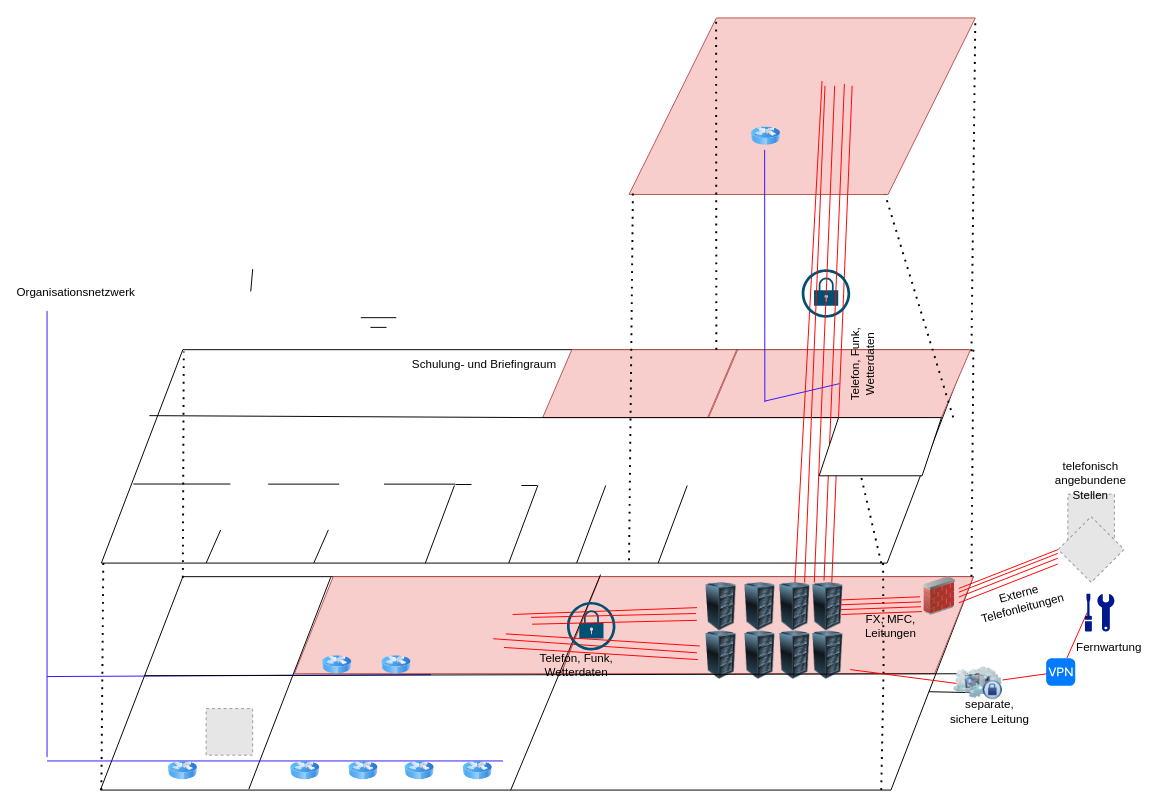
Earlier version of the draw.io diagram Physische Netzwerktopologie.drawio (meetSeb/Computer-Network). Source tidied: cells renumbered, new cells numbered last; positions are measured from the earlier drawing's top-left corner, leaving out a move shared by most shapes. Both pictures are drawn from the tidied source at 97%, with x=0, y=0 at pixel (47, 17). Pictures stored in the file or linked from it are replaced by grey dashed boxes.
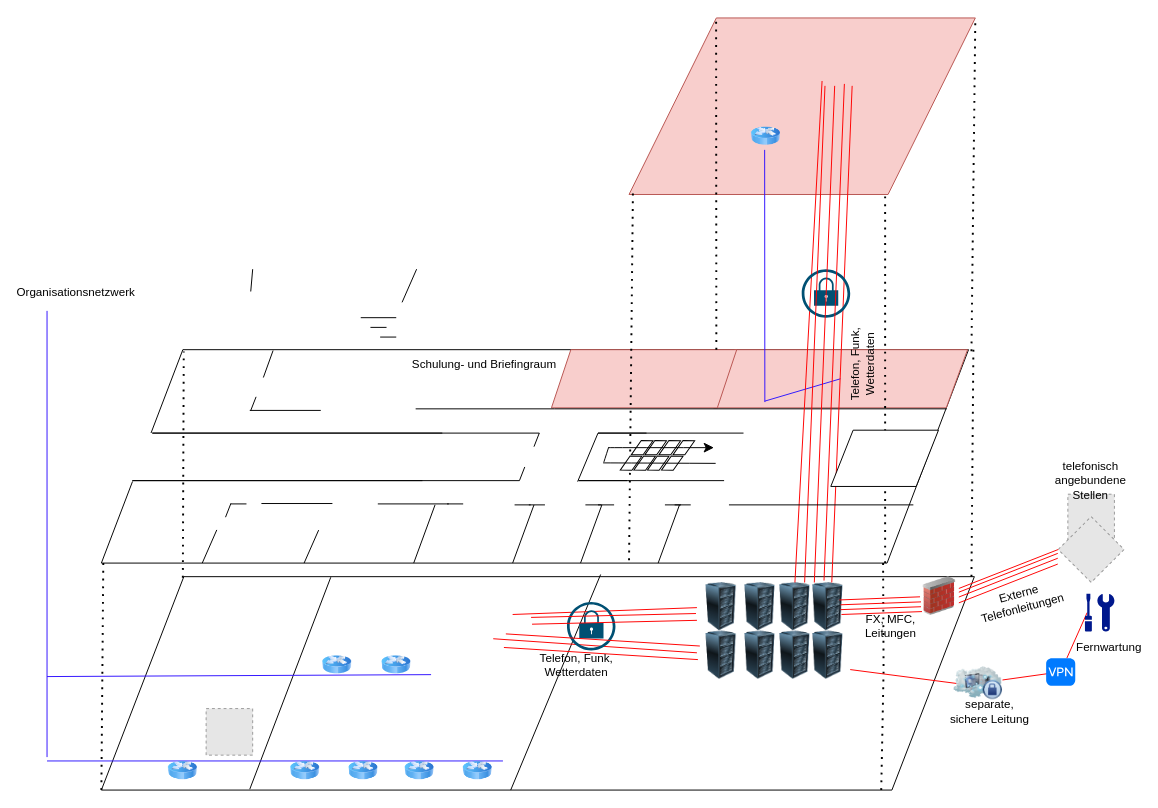
After the change.

The change refers to these unchanged cells:
```xml
<mxCell id="2" style="shape=parallelogram;perimeter=parallelogramPerimeter;whiteSpace=wrap;html=1;fixedSize=1;size=84;" parent="1" vertex="1">
  <mxGeometry x="56" y="342" width="894" height="220" as="geometry" />
</mxCell>
```

Diff of the diagram source:
```diff
@@
-    <mxCell id="3" style="shape=parallelogram;perimeter=parallelogramPerimeter;whiteSpace=wrap;html=1;fixedSize=1;size=30;fillColor=#f8cecc;strokeColor=#b85450;" parent="1" vertex="1">
-      <mxGeometry x="682" y="342" width="270" height="70" as="geometry" />
+    <mxCell id="3" style="shape=parallelogram;perimeter=parallelogramPerimeter;whiteSpace=wrap;html=1;fixedSize=1;size=22;fillColor=#f8cecc;strokeColor=#b85450;" parent="1" vertex="1">
+      <mxGeometry x="687" y="342" width="262" height="60" as="geometry" />
     </mxCell>
-    <mxCell id="4" style="shape=parallelogram;perimeter=parallelogramPerimeter;whiteSpace=wrap;html=1;fixedSize=1;size=30;fillColor=#f8cecc;strokeColor=#b85450;" parent="1" vertex="1">
-      <mxGeometry x="511" y="342" width="200" height="70" as="geometry" />
+    <mxCell id="4" style="shape=parallelogram;perimeter=parallelogramPerimeter;whiteSpace=wrap;html=1;fixedSize=1;size=20;fillColor=#f8cecc;strokeColor=#b85450;" parent="1" vertex="1">
+      <mxGeometry x="520" y="342" width="191" height="60" as="geometry" />
     </mxCell>
     <mxCell id="5" style="shape=parallelogram;perimeter=parallelogramPerimeter;whiteSpace=wrap;html=1;fixedSize=1;size=85;" parent="1" vertex="1">
-      <mxGeometry x="55" y="576" width="900" height="220" as="geometry" />
+      <mxGeometry x="56" y="576" width="900" height="220" as="geometry" />
     </mxCell>
-    <mxCell id="6" style="shape=parallelogram;perimeter=parallelogramPerimeter;whiteSpace=wrap;html=1;fixedSize=1;size=40;fillColor=#f8cecc;strokeColor=#b85450;" parent="1" vertex="1">
-      <mxGeometry x="255" y="576" width="315" height="100" as="geometry" />
-    </mxCell>
-    <mxCell id="7" style="shape=parallelogram;perimeter=parallelogramPerimeter;whiteSpace=wrap;html=1;fixedSize=1;size=40;fillColor=#f8cecc;strokeColor=#b85450;" parent="1" vertex="1">
-      <mxGeometry x="530" y="576" width="425" height="100" as="geometry" />
-    </mxCell>
@@
-    <mxCell id="16" style="endArrow=none;dashed=1;html=1;dashPattern=1 3;strokeWidth=2;rounded=0;exitX=0.934;exitY=0.997;exitDx=0;exitDy=0;exitPerimeter=0;" parent="1" edge="1" source="3">
+    <mxCell id="16" style="endArrow=none;dashed=1;html=1;dashPattern=1 3;strokeWidth=2;rounded=0;" parent="1" edge="1">
       <mxGeometry relative="1" as="geometry">
+        <mxPoint x="864" y="562" as="sourcePoint" />
         <mxPoint x="864" y="182" as="targetPoint" />
       </mxGeometry>
     </mxCell>
@@
     <mxCell id="19" style="endArrow=none;html=1;rounded=0;entryX=1;entryY=0.25;entryDx=0;entryDy=0;" parent="1" edge="1">
       <mxGeometry relative="1" as="geometry">
-        <mxPoint x="105.5" y="410" as="sourcePoint" />
-        <mxPoint x="904.5" y="412" as="targetPoint" />
+        <mxPoint x="380" y="403" as="sourcePoint" />
+        <mxPoint x="927.5" y="403" as="targetPoint" />
         <Array as="points">
-          <mxPoint x="500" y="412" />
+          <mxPoint x="523" y="403" />
         </Array>
       </mxGeometry>
     </mxCell>
@@
-    <mxCell id="21" style="endArrow=none;html=1;rounded=0;entryX=0.119;entryY=0.006;entryDx=0;entryDy=0;exitX=0.17;exitY=0.996;exitDx=0;exitDy=0;exitPerimeter=0;entryPerimeter=0;" parent="1" edge="1" source="5" target="6">
-      <mxGeometry relative="1" as="geometry" />
+    <mxCell id="21" style="endArrow=none;html=1;rounded=0;entryX=0.119;entryY=0.006;entryDx=0;entryDy=0;exitX=0.17;exitY=0.996;exitDx=0;exitDy=0;exitPerimeter=0;entryPerimeter=0;" parent="1" edge="1" source="5">
+      <mxGeometry relative="1" as="geometry">
+        <mxPoint x="292.5" y="576.6" as="targetPoint" />
+      </mxGeometry>
     </mxCell>
     <mxCell id="22" style="endArrow=none;html=1;rounded=0;exitX=0.647;exitY=1.01;exitDx=0;exitDy=0;exitPerimeter=0;" parent="1" edge="1">
       <mxGeometry relative="1" as="geometry">
-        <mxPoint x="164" y="562" as="sourcePoint" />
-        <mxPoint x="179" y="527.8" as="targetPoint" />
+        <mxPoint x="160" y="562" as="sourcePoint" />
+        <mxPoint x="175" y="527.8" as="targetPoint" />
       </mxGeometry>
     </mxCell>
     <mxCell id="23" style="endArrow=none;html=1;rounded=0;exitX=0.647;exitY=1.01;exitDx=0;exitDy=0;exitPerimeter=0;" parent="1" edge="1">
       <mxGeometry relative="1" as="geometry">
-        <mxPoint x="390" y="562" as="sourcePoint" />
-        <mxPoint x="420" y="482" as="targetPoint" />
+        <mxPoint x="378" y="562" as="sourcePoint" />
+        <mxPoint x="400" y="502" as="targetPoint" />
       </mxGeometry>
     </mxCell>
@@
-    <mxCell id="49" style="endArrow=none;html=1;rounded=0;exitX=0.05;exitY=0.464;exitDx=0;exitDy=0;exitPerimeter=0;" parent="1" edge="1" source="5" target="5">
-      <mxGeometry relative="1" as="geometry">
-        <Array as="points">
-          <mxPoint x="920" y="676" />
-        </Array>
-      </mxGeometry>
-    </mxCell>
@@
-    <mxCell id="84" style="endArrow=none;dashed=1;html=1;dashPattern=1 3;strokeWidth=2;rounded=0;exitX=0.934;exitY=0.997;exitDx=0;exitDy=0;exitPerimeter=0;" parent="1" edge="1" target="3">
-      <mxGeometry relative="1" as="geometry">
-        <mxPoint x="860" y="562" as="sourcePoint" />
-      </mxGeometry>
-    </mxCell>
@@
+    <mxCell id="89" style="endArrow=none;html=1;rounded=0;exitX=0.647;exitY=1.01;exitDx=0;exitDy=0;exitPerimeter=0;" parent="1" edge="1">
+      <mxGeometry relative="1" as="geometry">
+        <mxPoint x="265" y="562" as="sourcePoint" />
+        <mxPoint x="280" y="528" as="targetPoint" />
+      </mxGeometry>
+    </mxCell>
+    <mxCell id="92" style="endArrow=none;html=1;rounded=0;" parent="1" edge="1">
+      <mxGeometry relative="1" as="geometry">
+        <mxPoint x="323.4" y="309" as="sourcePoint" />
+        <mxPoint x="360" y="309" as="targetPoint" />
+      </mxGeometry>
+    </mxCell>
+    <mxCell id="93" style="endArrow=none;html=1;rounded=0;" parent="1" edge="1">
+      <mxGeometry relative="1" as="geometry">
+        <mxPoint x="333.4" y="319" as="sourcePoint" />
+        <mxPoint x="350" y="319" as="targetPoint" />
+      </mxGeometry>
+    </mxCell>
+    <mxCell id="99" style="endArrow=none;html=1;rounded=0;" parent="1" edge="1">
+      <mxGeometry relative="1" as="geometry">
+        <mxPoint x="343.4" y="329" as="sourcePoint" />
+        <mxPoint x="360" y="329" as="targetPoint" />
+      </mxGeometry>
+    </mxCell>
+    <mxCell id="100" style="endArrow=none;html=1;rounded=0;exitX=0.647;exitY=1.01;exitDx=0;exitDy=0;exitPerimeter=0;" parent="1" edge="1">
+      <mxGeometry relative="1" as="geometry">
+        <mxPoint x="366" y="293.2" as="sourcePoint" />
+        <mxPoint x="381" y="259" as="targetPoint" />
+      </mxGeometry>
+    </mxCell>
+    <mxCell id="101" style="endArrow=none;html=1;rounded=0;" parent="1" edge="1">
+      <mxGeometry relative="1" as="geometry">
+        <mxPoint x="184" y="514.7" as="sourcePoint" />
+        <mxPoint x="189.5" y="500.6" as="targetPoint" />
+      </mxGeometry>
+    </mxCell>
+    <mxCell id="102" style="group;" parent="1" vertex="1">
+      <mxGeometry x="221" y="500.6" width="672.1" height="1.4" as="geometry" />
+    </mxCell>
-    <mxCell id="87" style="endArrow=none;html=1;rounded=0;" parent="1" edge="1">
+    <mxCell id="87" style="endArrow=none;html=1;rounded=0;" parent="102" edge="1">
       <mxGeometry relative="1" as="geometry">
-        <mxPoint x="228" y="480.6" as="sourcePoint" />
-        <mxPoint x="301.2" y="480.6" as="targetPoint" />
+        <mxPoint as="sourcePoint" />
+        <mxPoint x="73.2" as="targetPoint" />
       </mxGeometry>
     </mxCell>
-    <mxCell id="88" style="endArrow=none;html=1;rounded=0;" parent="1" edge="1">
+    <mxCell id="88" style="endArrow=none;html=1;rounded=0;" parent="102" edge="1">
       <mxGeometry relative="1" as="geometry">
-        <mxPoint x="347.4" y="480.6" as="sourcePoint" />
-        <mxPoint x="420.6" y="480.6" as="targetPoint" />
+        <mxPoint x="120" y="0.4" as="sourcePoint" />
+        <mxPoint x="193.2" y="0.4" as="targetPoint" />
       </mxGeometry>
     </mxCell>
-    <mxCell id="89" style="endArrow=none;html=1;rounded=0;exitX=0.647;exitY=1.01;exitDx=0;exitDy=0;exitPerimeter=0;" parent="1" edge="1">
-      <mxGeometry relative="1" as="geometry">
-        <mxPoint x="275" y="562" as="sourcePoint" />
-        <mxPoint x="290" y="527.8" as="targetPoint" />
-      </mxGeometry>
-    </mxCell>
-    <mxCell id="90" style="endArrow=none;html=1;rounded=0;" parent="1" edge="1">
-      <mxGeometry relative="1" as="geometry">
-        <mxPoint x="89" y="480.5" as="sourcePoint" />
-        <mxPoint x="189" y="480.5" as="targetPoint" />
-      </mxGeometry>
-    </mxCell>
-    <mxCell id="91" style="endArrow=none;html=1;rounded=0;exitX=0.647;exitY=1.01;exitDx=0;exitDy=0;exitPerimeter=0;" parent="1" edge="1">
-      <mxGeometry relative="1" as="geometry">
-        <mxPoint x="476" y="562" as="sourcePoint" />
-        <mxPoint x="506" y="482" as="targetPoint" />
-      </mxGeometry>
-    </mxCell>
-    <mxCell id="92" style="endArrow=none;html=1;rounded=0;" parent="1" edge="1">
-      <mxGeometry relative="1" as="geometry">
-        <mxPoint x="323.4" y="309" as="sourcePoint" />
-        <mxPoint x="360" y="309" as="targetPoint" />
-      </mxGeometry>
-    </mxCell>
-    <mxCell id="93" style="endArrow=none;html=1;rounded=0;" parent="1" edge="1">
-      <mxGeometry relative="1" as="geometry">
-        <mxPoint x="333.4" y="319" as="sourcePoint" />
-        <mxPoint x="350" y="319" as="targetPoint" />
-      </mxGeometry>
-    </mxCell>
-    <mxCell id="94" style="endArrow=none;html=1;rounded=0;" parent="1" edge="1">
+    <mxCell id="94" style="endArrow=none;html=1;rounded=0;" parent="102" edge="1">
       <mxGeometry relative="1" as="geometry">
-        <mxPoint x="421" y="481" as="sourcePoint" />
-        <mxPoint x="437.6" y="481" as="targetPoint" />
+        <mxPoint x="191.4" y="0.4" as="sourcePoint" />
+        <mxPoint x="208" y="0.4" as="targetPoint" />
       </mxGeometry>
     </mxCell>
-    <mxCell id="95" style="endArrow=none;html=1;rounded=0;" parent="1" edge="1">
+    <mxCell id="95" style="endArrow=none;html=1;rounded=0;" parent="102" edge="1">
       <mxGeometry relative="1" as="geometry">
-        <mxPoint x="489" y="482" as="sourcePoint" />
-        <mxPoint x="505.6" y="482" as="targetPoint" />
+        <mxPoint x="261" y="1.4" as="sourcePoint" />
+        <mxPoint x="277.6" y="1.4" as="targetPoint" />
       </mxGeometry>
     </mxCell>
-    <mxCell id="96" style="endArrow=none;html=1;rounded=0;exitX=0.647;exitY=1.01;exitDx=0;exitDy=0;exitPerimeter=0;" parent="1" edge="1">
-      <mxGeometry relative="1" as="geometry">
-        <mxPoint x="546" y="562" as="sourcePoint" />
-        <mxPoint x="576" y="482" as="targetPoint" />
-      </mxGeometry>
-    </mxCell>
-    <mxCell id="97" style="endArrow=none;html=1;rounded=0;exitX=0.647;exitY=1.01;exitDx=0;exitDy=0;exitPerimeter=0;" parent="1" edge="1">
-      <mxGeometry relative="1" as="geometry">
-        <mxPoint x="630" y="562" as="sourcePoint" />
-        <mxPoint x="660" y="482" as="targetPoint" />
-      </mxGeometry>
-    </mxCell>
+    <mxCell id="103" style="endArrow=none;html=1;rounded=0;" parent="102" edge="1">
+      <mxGeometry relative="1" as="geometry">
+        <mxPoint x="482" y="1.4" as="sourcePoint" />
+        <mxPoint x="672.1" y="1.4" as="targetPoint" />
+      </mxGeometry>
+    </mxCell>
+    <mxCell id="104" style="endArrow=none;html=1;rounded=0;" parent="102" edge="1">
+      <mxGeometry relative="1" as="geometry">
+        <mxPoint x="347" y="1.4" as="sourcePoint" />
+        <mxPoint x="363.6" y="1.4" as="targetPoint" />
+      </mxGeometry>
+    </mxCell>
+    <mxCell id="105" style="endArrow=none;html=1;rounded=0;" parent="102" edge="1">
+      <mxGeometry relative="1" as="geometry">
+        <mxPoint x="334" y="1.4" as="sourcePoint" />
+        <mxPoint x="350.6" y="1.4" as="targetPoint" />
+      </mxGeometry>
+    </mxCell>
+    <mxCell id="106" style="endArrow=none;html=1;rounded=0;" parent="102" edge="1">
+      <mxGeometry relative="1" as="geometry">
+        <mxPoint x="416" y="1.4" as="sourcePoint" />
+        <mxPoint x="432.6" y="1.4" as="targetPoint" />
+      </mxGeometry>
+    </mxCell>
+    <mxCell id="107" style="endArrow=none;html=1;rounded=0;" parent="102" edge="1">
+      <mxGeometry relative="1" as="geometry">
+        <mxPoint x="426" y="1.4" as="sourcePoint" />
+        <mxPoint x="442.6" y="1.4" as="targetPoint" />
+      </mxGeometry>
+    </mxCell>
+    <mxCell id="108" style="endArrow=none;html=1;rounded=0;" parent="102" edge="1">
+      <mxGeometry relative="1" as="geometry">
+        <mxPoint x="275.7" y="1.4" as="sourcePoint" />
+        <mxPoint x="292.3" y="1.4" as="targetPoint" />
+      </mxGeometry>
+    </mxCell>
+    <mxCell id="109" style="endArrow=none;html=1;rounded=0;" parent="1" edge="1">
+      <mxGeometry relative="1" as="geometry">
+        <mxPoint x="189" y="501" as="sourcePoint" />
+        <mxPoint x="205.6" y="501" as="targetPoint" />
+      </mxGeometry>
+    </mxCell>
+    <mxCell id="110" style="endArrow=none;html=1;rounded=0;" parent="1" edge="1">
+      <mxGeometry relative="1" as="geometry">
+        <mxPoint x="210" y="404.7" as="sourcePoint" />
+        <mxPoint x="215.5" y="390.6" as="targetPoint" />
+      </mxGeometry>
+    </mxCell>
+    <mxCell id="111" style="endArrow=none;html=1;rounded=0;entryX=0.198;entryY=0.004;entryDx=0;entryDy=0;entryPerimeter=0;" parent="1" edge="1" target="2">
+      <mxGeometry relative="1" as="geometry">
+        <mxPoint x="223" y="370.7" as="sourcePoint" />
+      </mxGeometry>
+    </mxCell>
+    <mxCell id="112" style="endArrow=none;html=1;rounded=0;" parent="1" edge="1">
+      <mxGeometry relative="1" as="geometry">
+        <mxPoint x="209" y="404.6" as="sourcePoint" />
+        <mxPoint x="282.2" y="404.6" as="targetPoint" />
+      </mxGeometry>
+    </mxCell>
+    <mxCell id="113" style="endArrow=none;html=1;rounded=0;exitX=0.647;exitY=1.01;exitDx=0;exitDy=0;exitPerimeter=0;" parent="1" edge="1">
+      <mxGeometry relative="1" as="geometry">
+        <mxPoint x="480" y="562" as="sourcePoint" />
+        <mxPoint x="502" y="502" as="targetPoint" />
+      </mxGeometry>
+    </mxCell>
+    <mxCell id="114" style="endArrow=none;html=1;rounded=0;exitX=0.647;exitY=1.01;exitDx=0;exitDy=0;exitPerimeter=0;" parent="1" edge="1">
+      <mxGeometry relative="1" as="geometry">
+        <mxPoint x="550" y="562" as="sourcePoint" />
+        <mxPoint x="572" y="502" as="targetPoint" />
+      </mxGeometry>
+    </mxCell>
+    <mxCell id="115" style="endArrow=none;html=1;rounded=0;exitX=0.647;exitY=1.01;exitDx=0;exitDy=0;exitPerimeter=0;" parent="1" edge="1">
+      <mxGeometry relative="1" as="geometry">
+        <mxPoint x="630" y="562" as="sourcePoint" />
+        <mxPoint x="652" y="502" as="targetPoint" />
+      </mxGeometry>
+    </mxCell>
+    <mxCell id="116" style="group;" parent="1" vertex="1">
+      <mxGeometry x="83" y="423.9" width="836" height="59.1" as="geometry" />
+    </mxCell>
+    <mxCell id="117" style="endArrow=none;html=1;rounded=0;" parent="116" edge="1">
+      <mxGeometry relative="1" as="geometry">
+        <mxPoint x="404" y="53.1" as="sourcePoint" />
+        <mxPoint x="409.5" y="39" as="targetPoint" />
+      </mxGeometry>
+    </mxCell>
+    <mxCell id="118" style="endArrow=none;html=1;rounded=0;" parent="116" edge="1">
+      <mxGeometry relative="1" as="geometry">
+        <mxPoint x="419" y="18.1" as="sourcePoint" />
+        <mxPoint x="424.5" y="4" as="targetPoint" />
+      </mxGeometry>
+    </mxCell>
+    <mxCell id="119" style="group;" parent="116" vertex="1">
+      <mxGeometry y="1.1" width="836" height="58" as="geometry" />
+    </mxCell>
-    <mxCell id="98" style="shape=parallelogram;perimeter=parallelogramPerimeter;whiteSpace=wrap;html=1;fixedSize=1;size=20;" parent="1" vertex="1">
-      <mxGeometry x="796" y="412" width="126.1" height="60" as="geometry" />
+    <mxCell id="98" style="shape=parallelogram;perimeter=parallelogramPerimeter;whiteSpace=wrap;html=1;fixedSize=1;size=23.000000000000227;" parent="119" vertex="1">
+      <mxGeometry x="725" width="111" height="58" as="geometry" />
     </mxCell>
+    <mxCell id="120" style="endArrow=none;html=1;rounded=0;" parent="119" edge="1">
+      <mxGeometry relative="1" as="geometry">
+        <mxPoint x="515" y="52" as="sourcePoint" />
+        <mxPoint x="615" y="52" as="targetPoint" />
+        <Array as="points">
+          <mxPoint x="465" y="52" />
+        </Array>
+      </mxGeometry>
+    </mxCell>
+    <mxCell id="121" style="endArrow=none;html=1;rounded=0;" parent="119" edge="1">
+      <mxGeometry relative="1" as="geometry">
+        <mxPoint x="535" y="3" as="sourcePoint" />
+        <mxPoint x="635" y="3" as="targetPoint" />
+        <Array as="points">
+          <mxPoint x="485" y="3" />
+        </Array>
+      </mxGeometry>
+    </mxCell>
+    <mxCell id="122" style="endArrow=none;html=1;rounded=0;exitX=0.647;exitY=1.01;exitDx=0;exitDy=0;exitPerimeter=0;" parent="119" edge="1">
+      <mxGeometry relative="1" as="geometry">
+        <mxPoint x="464" y="53" as="sourcePoint" />
+        <mxPoint x="485" y="3" as="targetPoint" />
+      </mxGeometry>
+    </mxCell>
+    <mxCell id="123" style="group;" parent="119" vertex="1">
+      <mxGeometry x="507.9" y="5.1" width="76.7" height="41.8" as="geometry" />
+    </mxCell>
+    <mxCell id="124" style="shape=parallelogram;perimeter=parallelogramPerimeter;whiteSpace=wrap;html=1;fixedSize=1;direction=west;rotation=-235;flipH=1;flipV=0;size=6.75;" parent="123" vertex="1">
+      <mxGeometry x="10.4" y="7.9" width="24.5" height="10" as="geometry" />
+    </mxCell>
+    <mxCell id="125" style="shape=parallelogram;perimeter=parallelogramPerimeter;whiteSpace=wrap;html=1;fixedSize=1;direction=west;rotation=-235;flipH=1;flipV=0;size=6.75;" parent="123" vertex="1">
+      <mxGeometry x="24.4" y="7.9" width="24.5" height="10" as="geometry" />
+    </mxCell>
+    <mxCell id="126" style="shape=parallelogram;perimeter=parallelogramPerimeter;whiteSpace=wrap;html=1;fixedSize=1;direction=west;rotation=-235;flipH=1;flipV=0;size=6.75;" parent="123" vertex="1">
+      <mxGeometry x="38.9" y="7.9" width="24.5" height="10" as="geometry" />
+    </mxCell>
+    <mxCell id="127" style="shape=parallelogram;perimeter=parallelogramPerimeter;whiteSpace=wrap;html=1;fixedSize=1;direction=west;rotation=-235;flipH=1;flipV=0;size=6.75;" parent="123" vertex="1">
+      <mxGeometry x="-1.1" y="23.9" width="24.5" height="10" as="geometry" />
+    </mxCell>
+    <mxCell id="128" style="shape=parallelogram;perimeter=parallelogramPerimeter;whiteSpace=wrap;html=1;fixedSize=1;direction=west;rotation=-235;flipH=1;flipV=0;size=6.75;" parent="123" vertex="1">
+      <mxGeometry x="12.9" y="23.9" width="24.5" height="10" as="geometry" />
+    </mxCell>
+    <mxCell id="129" style="shape=parallelogram;perimeter=parallelogramPerimeter;whiteSpace=wrap;html=1;fixedSize=1;direction=west;rotation=-235;flipH=1;flipV=0;size=6.75;" parent="123" vertex="1">
+      <mxGeometry x="26.9" y="23.9" width="24.5" height="10" as="geometry" />
+    </mxCell>
+    <mxCell id="130" style="shape=parallelogram;perimeter=parallelogramPerimeter;whiteSpace=wrap;html=1;fixedSize=1;direction=west;rotation=-235;flipH=1;flipV=0;size=6.75;" parent="123" vertex="1">
+      <mxGeometry x="53.4" y="7.9" width="24.5" height="10" as="geometry" />
+    </mxCell>
+    <mxCell id="131" style="shape=parallelogram;perimeter=parallelogramPerimeter;whiteSpace=wrap;html=1;fixedSize=1;direction=west;rotation=-235;flipH=1;flipV=0;size=6.75;" parent="123" vertex="1">
+      <mxGeometry x="41.4" y="23.9" width="24.5" height="10" as="geometry" />
+    </mxCell>
+    <mxCell id="132" style="endArrow=none;html=1;rounded=0;fontSize=12;startSize=8;endSize=8;curved=1;" parent="123" edge="1">
+      <mxGeometry relative="1" as="geometry">
+        <mxPoint x="-17.6" y="28.6" as="sourcePoint" />
+        <mxPoint x="98.4" y="29.1" as="targetPoint" />
+      </mxGeometry>
+    </mxCell>
+    <mxCell id="133" style="endArrow=classic;html=1;rounded=0;fontSize=12;startSize=8;endSize=8;curved=1;" parent="119" edge="1">
+      <mxGeometry relative="1" as="geometry">
+        <mxPoint x="496" y="18" as="sourcePoint" />
+        <mxPoint x="604.5" y="18" as="targetPoint" />
+      </mxGeometry>
+    </mxCell>
+    <mxCell id="134" style="endArrow=none;html=1;rounded=0;fontSize=12;startSize=8;endSize=8;curved=1;" parent="119" edge="1">
+      <mxGeometry relative="1" as="geometry">
+        <mxPoint x="491" y="33" as="sourcePoint" />
+        <mxPoint x="496" y="17.5" as="targetPoint" />
+      </mxGeometry>
+    </mxCell>
+    <mxCell id="135" style="shape=parallelogram;perimeter=parallelogramPerimeter;whiteSpace=wrap;html=1;fixedSize=1;size=15;strokeColor=none;" parent="119" vertex="1">
+      <mxGeometry y="3" width="40" height="50" as="geometry" />
+    </mxCell>
+    <mxCell id="136" style="endArrow=none;html=1;rounded=0;" parent="119" edge="1">
+      <mxGeometry relative="1" as="geometry">
+        <mxPoint x="304" y="52" as="sourcePoint" />
+        <mxPoint x="404" y="52" as="targetPoint" />
+        <Array as="points">
+          <mxPoint x="5" y="52" />
+        </Array>
+      </mxGeometry>
+    </mxCell>
+    <mxCell id="137" style="endArrow=none;html=1;rounded=0;" parent="119" edge="1">
+      <mxGeometry relative="1" as="geometry">
+        <mxPoint x="324.5" y="3" as="sourcePoint" />
+        <mxPoint x="424.5" y="3" as="targetPoint" />
+        <Array as="points">
+          <mxPoint x="25.5" y="3" />
+        </Array>
+      </mxGeometry>
+    </mxCell>
```
